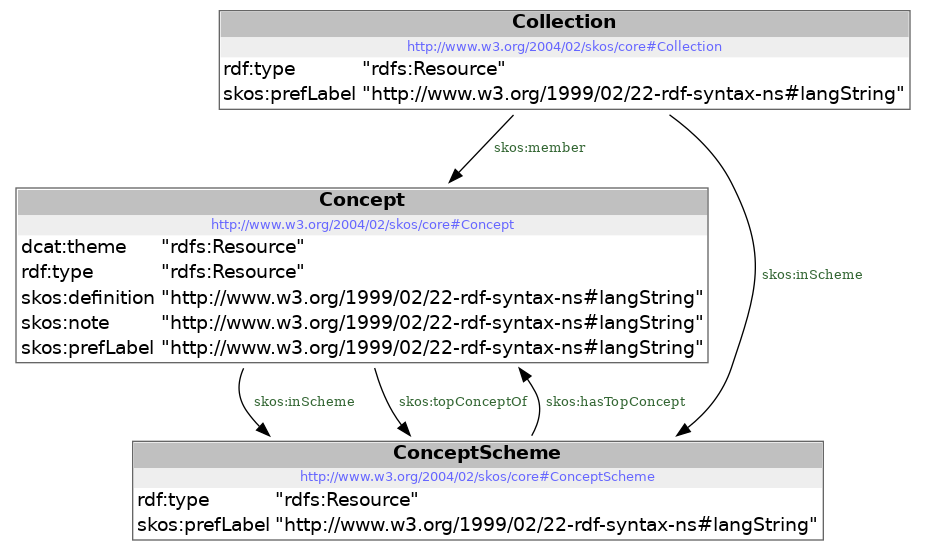
The Graphviz diagram src/documentation/model.png in milieuinfo/codelijst-producten_en_diensten, before a commit. Its source is kept beside it as src/documentation/model.dot.
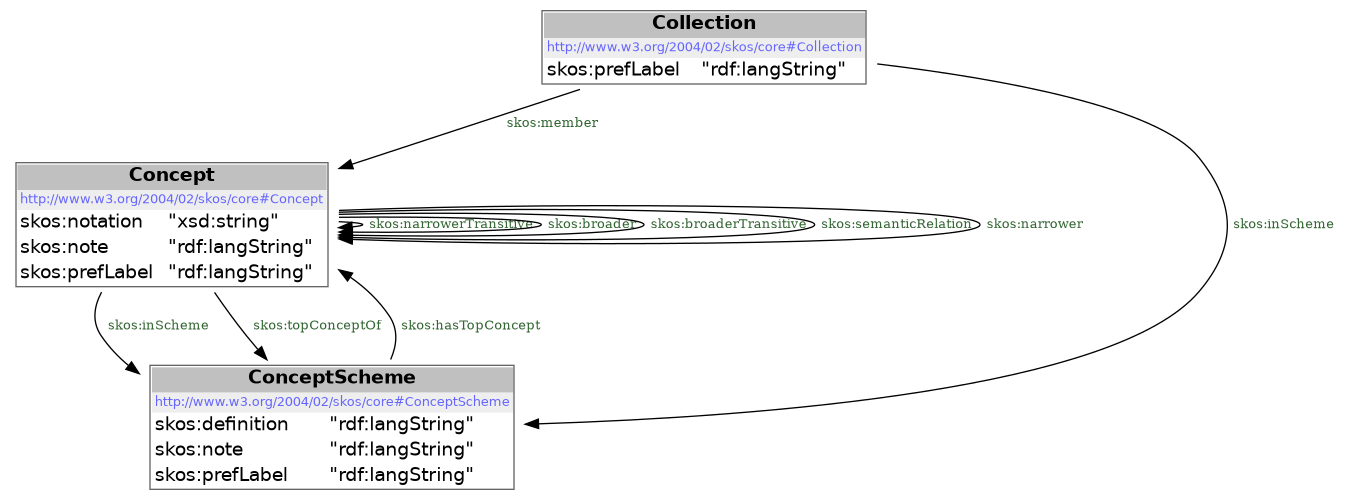
After the commit.

What changed in the source:
```diff
@@ -1,11 +1,16 @@
 digraph {
  node [ fontname="DejaVu Sans" ] ;
-	node2 -> node1 [ color=BLACK, label=< <font point-size='10' color='#336633'>skos:hasTopConcept</font> > ] ;
-	node1 -> node2 [ color=BLACK, label=< <font point-size='10' color='#336633'>skos:topConceptOf</font> > ] ;
-	node0 -> node1 [ color=BLACK, label=< <font point-size='10' color='#336633'>skos:member</font> > ] ;
+	node0 -> node0 [ color=BLACK, label=< <font point-size='10' color='#336633'>skos:narrowerTransitive</font> > ] ;
+	node0 -> node0 [ color=BLACK, label=< <font point-size='10' color='#336633'>skos:broader</font> > ] ;
+	node0 -> node2 [ color=BLACK, label=< <font point-size='10' color='#336633'>skos:inScheme</font> > ] ;
+	node1 -> node0 [ color=BLACK, label=< <font point-size='10' color='#336633'>skos:member</font> > ] ;
+	node0 -> node0 [ color=BLACK, label=< <font point-size='10' color='#336633'>skos:broaderTransitive</font> > ] ;
+	node0 -> node2 [ color=BLACK, label=< <font point-size='10' color='#336633'>skos:topConceptOf</font> > ] ;
+	node0 -> node0 [ color=BLACK, label=< <font point-size='10' color='#336633'>skos:semanticRelation</font> > ] ;
+	node2 -> node0 [ color=BLACK, label=< <font point-size='10' color='#336633'>skos:hasTopConcept</font> > ] ;
 	node1 -> node2 [ color=BLACK, label=< <font point-size='10' color='#336633'>skos:inScheme</font> > ] ;
-	node0 -> node2 [ color=BLACK, label=< <font point-size='10' color='#336633'>skos:inScheme</font> > ] ;
-node0 [ shape=none, color=black label=< <table color='#666666' cellborder='0' cellspacing='0' border='1'><tr><td colspan='2' bgcolor='grey'><B>Collection</B></td></tr><tr><td href='http://www.w3.org/2004/02/skos/core#Collection' bgcolor='#eeeeee' colspan='2'><font point-size='10' color='#6666ff'>http://www.w3.org/2004/02/skos/core#Collection</font></td></tr><tr><td align='left'>rdf:type</td><td align='left'>&quot;rdfs:Resource&quot;</td></tr><tr><td align='left'>skos:prefLabel</td><td align='left'>&quot;http://www.w3.org/1999/02/22-rdf-syntax-ns#langString&quot;</td></tr></table> > ]
-node1 [ shape=none, color=black label=< <table color='#666666' cellborder='0' cellspacing='0' border='1'><tr><td colspan='2' bgcolor='grey'><B>Concept</B></td></tr><tr><td href='http://www.w3.org/2004/02/skos/core#Concept' bgcolor='#eeeeee' colspan='2'><font point-size='10' color='#6666ff'>http://www.w3.org/2004/02/skos/core#Concept</font></td></tr><tr><td align='left'>dcat:theme</td><td align='left'>&quot;rdfs:Resource&quot;</td></tr><tr><td align='left'>rdf:type</td><td align='left'>&quot;rdfs:Resource&quot;</td></tr><tr><td align='left'>skos:definition</td><td align='left'>&quot;http://www.w3.org/1999/02/22-rdf-syntax-ns#langString&quot;</td></tr><tr><td align='left'>skos:note</td><td align='left'>&quot;http://www.w3.org/1999/02/22-rdf-syntax-ns#langString&quot;</td></tr><tr><td align='left'>skos:prefLabel</td><td align='left'>&quot;http://www.w3.org/1999/02/22-rdf-syntax-ns#langString&quot;</td></tr></table> > ]
-node2 [ shape=none, color=black label=< <table color='#666666' cellborder='0' cellspacing='0' border='1'><tr><td colspan='2' bgcolor='grey'><B>ConceptScheme</B></td></tr><tr><td href='http://www.w3.org/2004/02/skos/core#ConceptScheme' bgcolor='#eeeeee' colspan='2'><font point-size='10' color='#6666ff'>http://www.w3.org/2004/02/skos/core#ConceptScheme</font></td></tr><tr><td align='left'>rdf:type</td><td align='left'>&quot;rdfs:Resource&quot;</td></tr><tr><td align='left'>skos:prefLabel</td><td align='left'>&quot;http://www.w3.org/1999/02/22-rdf-syntax-ns#langString&quot;</td></tr></table> > ]
+	node0 -> node0 [ color=BLACK, label=< <font point-size='10' color='#336633'>skos:narrower</font> > ] ;
+node0 [ shape=none, color=black label=< <table color='#666666' cellborder='0' cellspacing='0' border='1'><tr><td colspan='2' bgcolor='grey'><B>Concept</B></td></tr><tr><td href='http://www.w3.org/2004/02/skos/core#Concept' bgcolor='#eeeeee' colspan='2'><font point-size='10' color='#6666ff'>http://www.w3.org/2004/02/skos/core#Concept</font></td></tr><tr><td align='left'>skos:notation</td><td align='left'>&quot;xsd:string&quot;</td></tr><tr><td align='left'>skos:note</td><td align='left'>&quot;rdf:langString&quot;</td></tr><tr><td align='left'>skos:prefLabel</td><td align='left'>&quot;rdf:langString&quot;</td></tr></table> > ]
+node1 [ shape=none, color=black label=< <table color='#666666' cellborder='0' cellspacing='0' border='1'><tr><td colspan='2' bgcolor='grey'><B>Collection</B></td></tr><tr><td href='http://www.w3.org/2004/02/skos/core#Collection' bgcolor='#eeeeee' colspan='2'><font point-size='10' color='#6666ff'>http://www.w3.org/2004/02/skos/core#Collection</font></td></tr><tr><td align='left'>skos:prefLabel</td><td align='left'>&quot;rdf:langString&quot;</td></tr></table> > ]
+node2 [ shape=none, color=black label=< <table color='#666666' cellborder='0' cellspacing='0' border='1'><tr><td colspan='2' bgcolor='grey'><B>ConceptScheme</B></td></tr><tr><td href='http://www.w3.org/2004/02/skos/core#ConceptScheme' bgcolor='#eeeeee' colspan='2'><font point-size='10' color='#6666ff'>http://www.w3.org/2004/02/skos/core#ConceptScheme</font></td></tr><tr><td align='left'>skos:definition</td><td align='left'>&quot;rdf:langString&quot;</td></tr><tr><td align='left'>skos:note</td><td align='left'>&quot;rdf:langString&quot;</td></tr><tr><td align='left'>skos:prefLabel</td><td align='left'>&quot;rdf:langString&quot;</td></tr></table> > ]
 }
```
